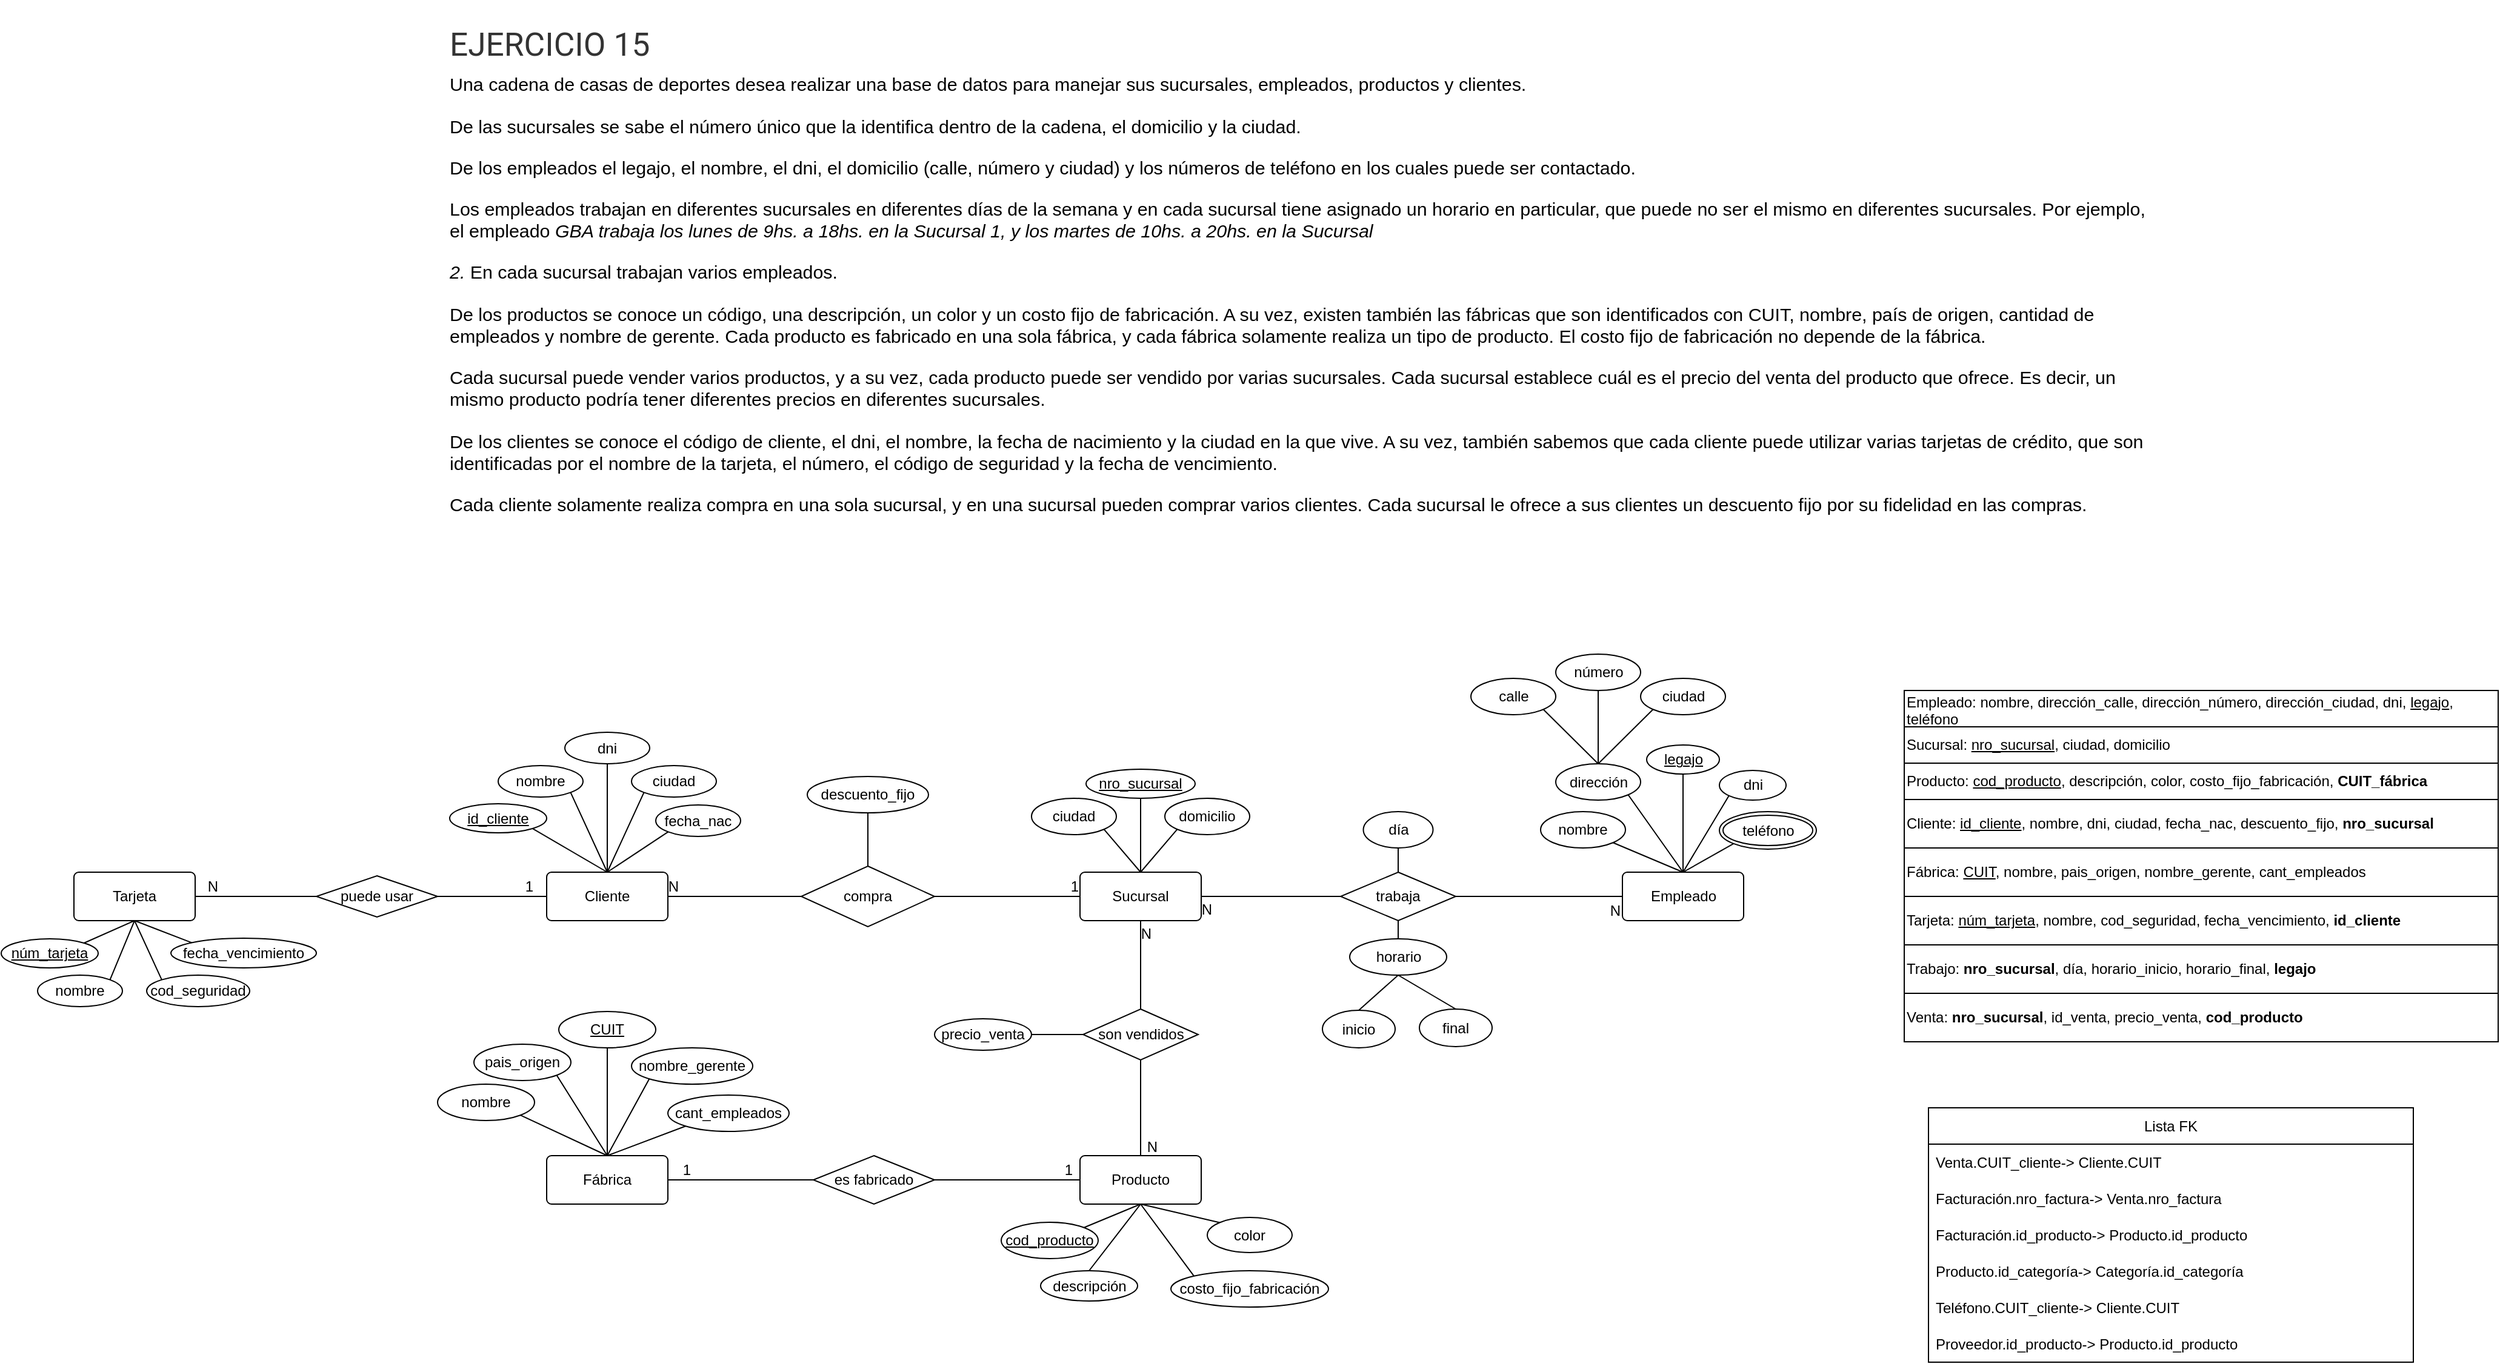
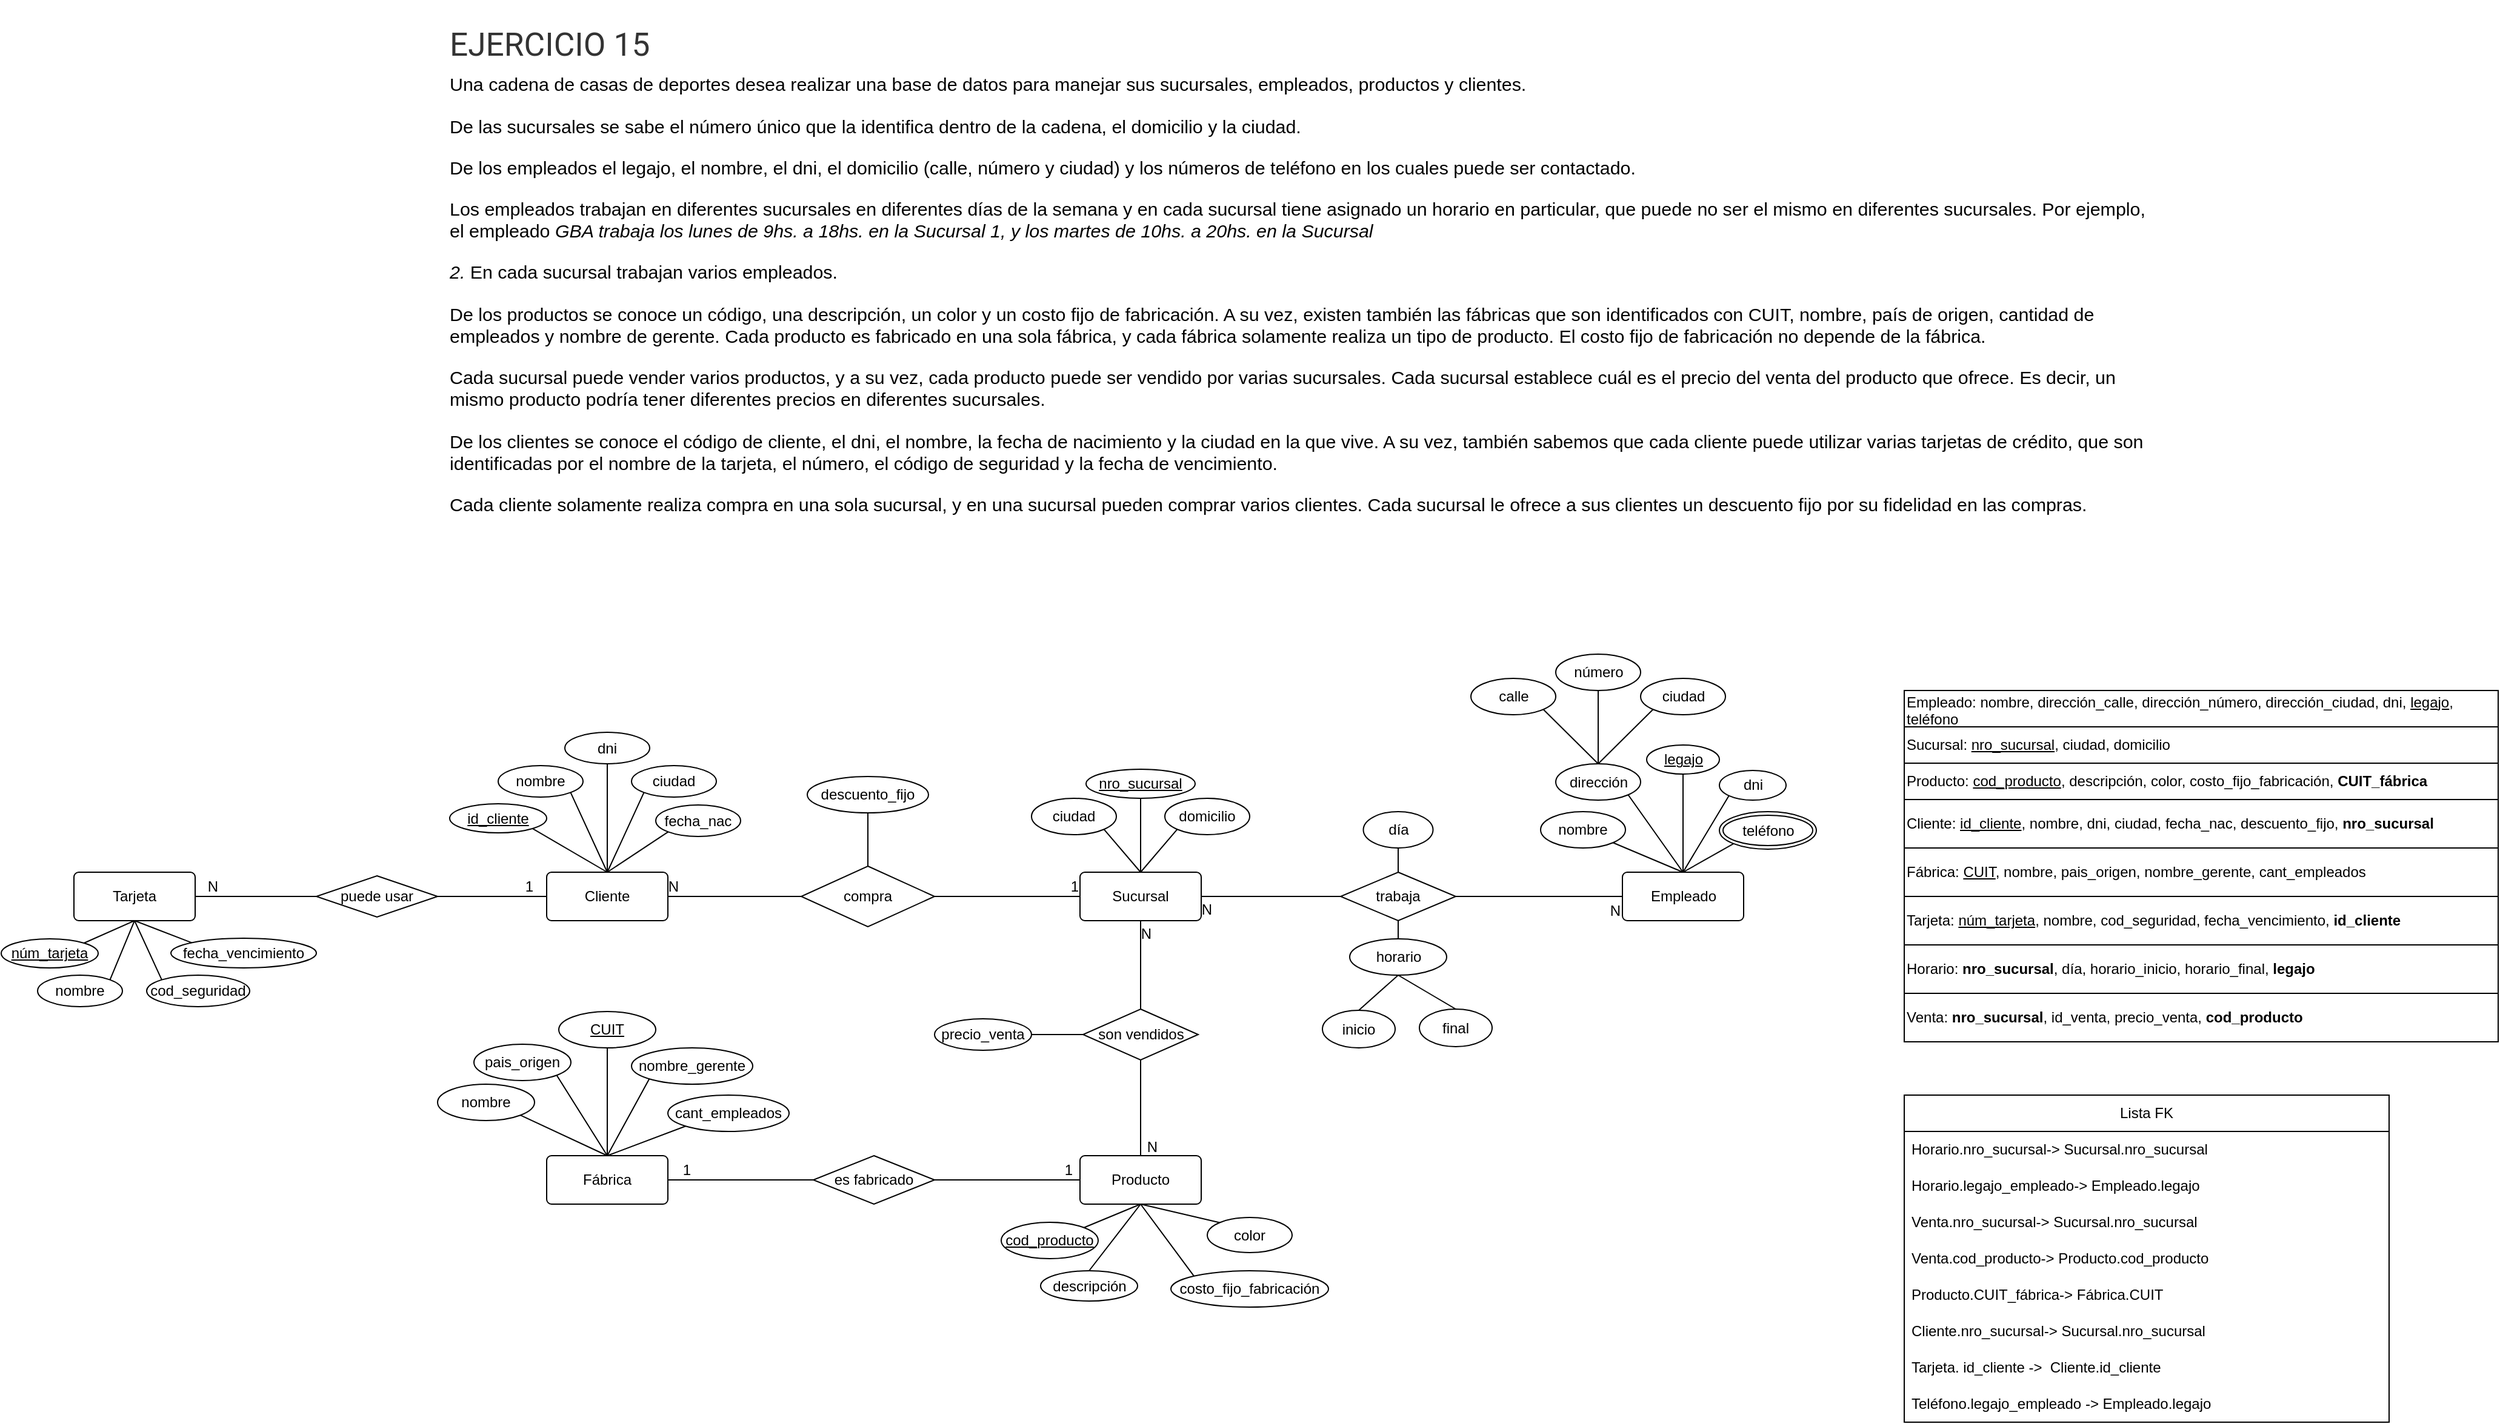
<mxfile host="app.diagrams.net">
  <diagram name="Página-1" id="dDNBranZba3NlD8anCg2">
    <mxGraphModel dx="2621" dy="1729" grid="1" gridSize="10" guides="1" tooltips="1" connect="1" arrows="1" fold="1" page="1" pageScale="1" pageWidth="1169" pageHeight="827" math="0" shadow="0">
      <root>
        <mxCell id="0" />
        <mxCell id="1" parent="0" />
        <mxCell id="__fQeJzKLpHXALts6HS9-1" parent="1" style="text;html=1;whiteSpace=wrap;overflow=hidden;rounded=0;" value="&#xa;&lt;h3 style=&quot;box-sizing: border-box; margin: 0px 0px 0.5rem; padding: 0px; font-weight: 400; line-height: 1.2; color: rgb(51, 51, 51); font-size: 1.6625rem; font-family: Roboto; font-style: normal; font-variant-ligatures: normal; font-variant-caps: normal; letter-spacing: normal; orphans: 2; text-align: start; text-indent: 0px; text-transform: none; widows: 2; word-spacing: 0px; -webkit-text-stroke-width: 0px; white-space: normal; background-color: rgb(255, 255, 255); text-decoration-thickness: initial; text-decoration-style: initial; text-decoration-color: initial;&quot;&gt;EJERCICIO 15&lt;/h3&gt;&lt;p style=&quot;box-sizing: border-box; margin: 0px 0px 1rem; padding: 0px; color: rgb(0, 0, 0); font-family: Barlow, Arial, sans-serif; font-size: 15.2px; font-style: normal; font-variant-ligatures: normal; font-variant-caps: normal; font-weight: 400; letter-spacing: normal; orphans: 2; text-align: start; text-indent: 0px; text-transform: none; widows: 2; word-spacing: 0px; -webkit-text-stroke-width: 0px; white-space: normal; background-color: rgb(255, 255, 255); text-decoration-thickness: initial; text-decoration-style: initial; text-decoration-color: initial;&quot;&gt;&lt;span lang=&quot;ES&quot; style=&quot;box-sizing: border-box; margin: 0px; padding: 0px;&quot;&gt;Una cadena de casas de deportes desea realizar una base de datos para manejar sus sucursales, empleados, productos y clientes.&lt;/span&gt;&lt;/p&gt;&lt;p id=&quot;yui_3_18_1_1_1779135404458_267&quot; style=&quot;box-sizing: border-box; margin: 0px 0px 1rem; padding: 0px; color: rgb(0, 0, 0); font-family: Barlow, Arial, sans-serif; font-size: 15.2px; font-style: normal; font-variant-ligatures: normal; font-variant-caps: normal; font-weight: 400; letter-spacing: normal; orphans: 2; text-align: start; text-indent: 0px; text-transform: none; widows: 2; word-spacing: 0px; -webkit-text-stroke-width: 0px; white-space: normal; background-color: rgb(255, 255, 255); text-decoration-thickness: initial; text-decoration-style: initial; text-decoration-color: initial;&quot;&gt;&lt;span lang=&quot;ES&quot; id=&quot;yui_3_18_1_1_1779135404458_266&quot; style=&quot;box-sizing: border-box; margin: 0px; padding: 0px;&quot;&gt;De las sucursales se sabe el número único que la identifica dentro de la cadena, el domicilio y la ciudad.&lt;/span&gt;&lt;/p&gt;&lt;p style=&quot;box-sizing: border-box; margin: 0px 0px 1rem; padding: 0px; color: rgb(0, 0, 0); font-family: Barlow, Arial, sans-serif; font-size: 15.2px; font-style: normal; font-variant-ligatures: normal; font-variant-caps: normal; font-weight: 400; letter-spacing: normal; orphans: 2; text-align: start; text-indent: 0px; text-transform: none; widows: 2; word-spacing: 0px; -webkit-text-stroke-width: 0px; white-space: normal; background-color: rgb(255, 255, 255); text-decoration-thickness: initial; text-decoration-style: initial; text-decoration-color: initial;&quot;&gt;&lt;span lang=&quot;ES&quot; style=&quot;box-sizing: border-box; margin: 0px; padding: 0px;&quot;&gt;De los empleados el legajo, el nombre, el dni, el domicilio (calle, número y ciudad) y los números de teléfono en los cuales puede ser contactado.&lt;/span&gt;&lt;/p&gt;&lt;p style=&quot;box-sizing: border-box; margin: 0px 0px 1rem; padding: 0px; color: rgb(0, 0, 0); font-family: Barlow, Arial, sans-serif; font-size: 15.2px; font-style: normal; font-variant-ligatures: normal; font-variant-caps: normal; font-weight: 400; letter-spacing: normal; orphans: 2; text-align: start; text-indent: 0px; text-transform: none; widows: 2; word-spacing: 0px; -webkit-text-stroke-width: 0px; white-space: normal; background-color: rgb(255, 255, 255); text-decoration-thickness: initial; text-decoration-style: initial; text-decoration-color: initial;&quot;&gt;&lt;span lang=&quot;ES&quot; style=&quot;box-sizing: border-box; margin: 0px; padding: 0px;&quot;&gt;Los empleados trabajan en diferentes sucursales en diferentes días de la semana y en cada sucursal tiene asignado un horario en particular, que puede no ser el mismo en diferentes sucursales. Por ejemplo, el empleado&amp;nbsp;&lt;i style=&quot;box-sizing: border-box; margin: 0px; padding: 0px;&quot;&gt;GBA trabaja los lunes de 9hs. a 18hs. en la Sucursal 1, y los martes de 10hs. a 20hs. en la Sucursal&lt;/i&gt;&lt;/span&gt;&lt;/p&gt;&lt;p style=&quot;box-sizing: border-box; margin: 0px 0px 1rem; padding: 0px; color: rgb(0, 0, 0); font-family: Barlow, Arial, sans-serif; font-size: 15.2px; font-style: normal; font-variant-ligatures: normal; font-variant-caps: normal; font-weight: 400; letter-spacing: normal; orphans: 2; text-align: start; text-indent: 0px; text-transform: none; widows: 2; word-spacing: 0px; -webkit-text-stroke-width: 0px; white-space: normal; background-color: rgb(255, 255, 255); text-decoration-thickness: initial; text-decoration-style: initial; text-decoration-color: initial;&quot;&gt;&lt;i style=&quot;box-sizing: border-box; margin: 0px; padding: 0px;&quot;&gt;&lt;span lang=&quot;ES&quot; style=&quot;box-sizing: border-box; margin: 0px; padding: 0px;&quot;&gt;2.&amp;nbsp;&lt;/span&gt;&lt;/i&gt;&lt;span lang=&quot;ES&quot; style=&quot;box-sizing: border-box; margin: 0px; padding: 0px;&quot;&gt;En cada sucursal trabajan varios empleados.&lt;/span&gt;&lt;/p&gt;&lt;p style=&quot;box-sizing: border-box; margin: 0px 0px 1rem; padding: 0px; color: rgb(0, 0, 0); font-family: Barlow, Arial, sans-serif; font-size: 15.2px; font-style: normal; font-variant-ligatures: normal; font-variant-caps: normal; font-weight: 400; letter-spacing: normal; orphans: 2; text-align: start; text-indent: 0px; text-transform: none; widows: 2; word-spacing: 0px; -webkit-text-stroke-width: 0px; white-space: normal; background-color: rgb(255, 255, 255); text-decoration-thickness: initial; text-decoration-style: initial; text-decoration-color: initial;&quot;&gt;&lt;span lang=&quot;ES&quot; style=&quot;box-sizing: border-box; margin: 0px; padding: 0px;&quot;&gt;De los productos se conoce un código, una descripción, un color y un costo fijo de fabricación. A su vez, existen también las fábricas que son identificados con CUIT, nombre, país de origen, cantidad de empleados y nombre de gerente. Cada producto es fabricado en una sola fábrica, y cada fábrica solamente realiza un tipo de producto. El costo fijo de fabricación no depende de la fábrica.&lt;/span&gt;&lt;/p&gt;&lt;p style=&quot;box-sizing: border-box; margin: 0px 0px 1rem; padding: 0px; color: rgb(0, 0, 0); font-family: Barlow, Arial, sans-serif; font-size: 15.2px; font-style: normal; font-variant-ligatures: normal; font-variant-caps: normal; font-weight: 400; letter-spacing: normal; orphans: 2; text-align: start; text-indent: 0px; text-transform: none; widows: 2; word-spacing: 0px; -webkit-text-stroke-width: 0px; white-space: normal; background-color: rgb(255, 255, 255); text-decoration-thickness: initial; text-decoration-style: initial; text-decoration-color: initial;&quot;&gt;&lt;span lang=&quot;ES&quot; style=&quot;box-sizing: border-box; margin: 0px; padding: 0px;&quot;&gt;Cada sucursal puede vender varios productos, y a su vez, cada producto puede ser vendido por varias sucursales. Cada sucursal establece cuál es el precio del venta del producto que ofrece. Es decir, un mismo producto podría tener diferentes precios en diferentes sucursales.&lt;/span&gt;&lt;/p&gt;&lt;p style=&quot;box-sizing: border-box; margin: 0px 0px 1rem; padding: 0px; color: rgb(0, 0, 0); font-family: Barlow, Arial, sans-serif; font-size: 15.2px; font-style: normal; font-variant-ligatures: normal; font-variant-caps: normal; font-weight: 400; letter-spacing: normal; orphans: 2; text-align: start; text-indent: 0px; text-transform: none; widows: 2; word-spacing: 0px; -webkit-text-stroke-width: 0px; white-space: normal; background-color: rgb(255, 255, 255); text-decoration-thickness: initial; text-decoration-style: initial; text-decoration-color: initial;&quot;&gt;&lt;span lang=&quot;ES&quot; style=&quot;box-sizing: border-box; margin: 0px; padding: 0px;&quot;&gt;De los clientes se conoce el código de cliente, el dni, el nombre, la fecha de nacimiento y la ciudad en la que vive. A su vez, también sabemos que cada cliente puede utilizar varias tarjetas de crédito, que son identificadas por el nombre de la tarjeta, el número, el código de seguridad y la fecha de vencimiento.&lt;/span&gt;&lt;/p&gt;&lt;p style=&quot;box-sizing: border-box; margin: 0px 0px 1rem; padding: 0px; color: rgb(0, 0, 0); font-family: Barlow, Arial, sans-serif; font-size: 15.2px; font-style: normal; font-variant-ligatures: normal; font-variant-caps: normal; font-weight: 400; letter-spacing: normal; orphans: 2; text-align: start; text-indent: 0px; text-transform: none; widows: 2; word-spacing: 0px; -webkit-text-stroke-width: 0px; white-space: normal; background-color: rgb(255, 255, 255); text-decoration-thickness: initial; text-decoration-style: initial; text-decoration-color: initial;&quot;&gt;&lt;span lang=&quot;ES&quot; style=&quot;box-sizing: border-box; margin: 0px; padding: 0px;&quot;&gt;Cada cliente solamente realiza compra en una sola sucursal, y en una sucursal pueden comprar varios clientes. Cada sucursal le ofrece a sus clientes un descuento fijo por su fidelidad en las compras.&lt;/span&gt;&lt;/p&gt;&#xa;&#xa;" vertex="1">
          <mxGeometry height="450" width="1415" x="-662.5" y="-750" as="geometry" />
        </mxCell>
        <mxCell id="__fQeJzKLpHXALts6HS9-2" parent="1" style="rounded=1;arcSize=10;whiteSpace=wrap;html=1;align=center;" value="Sucursal" vertex="1">
          <mxGeometry height="40" width="100" x="-140" y="-30" as="geometry" />
        </mxCell>
        <mxCell id="__fQeJzKLpHXALts6HS9-7" parent="1" style="rounded=1;arcSize=10;whiteSpace=wrap;html=1;align=center;" value="Empleado" vertex="1">
          <mxGeometry height="40" width="100" x="307.5" y="-30" as="geometry" />
        </mxCell>
        <mxCell id="__fQeJzKLpHXALts6HS9-11" parent="1" style="rounded=1;arcSize=10;whiteSpace=wrap;html=1;align=center;" value="Producto" vertex="1">
          <mxGeometry height="40" width="100" x="-140" y="204" as="geometry" />
        </mxCell>
        <mxCell id="__fQeJzKLpHXALts6HS9-13" parent="1" style="ellipse;whiteSpace=wrap;html=1;align=center;" value="costo_fijo_fabricación" vertex="1">
          <mxGeometry height="30" width="130" x="-65" y="299" as="geometry" />
        </mxCell>
        <mxCell id="__fQeJzKLpHXALts6HS9-15" parent="1" style="ellipse;whiteSpace=wrap;html=1;align=center;fontStyle=4;" value="cod_producto" vertex="1">
          <mxGeometry height="30" width="80" x="-205" y="259" as="geometry" />
        </mxCell>
        <mxCell id="__fQeJzKLpHXALts6HS9-16" parent="1" style="rounded=1;arcSize=10;whiteSpace=wrap;html=1;align=center;" value="Cliente" vertex="1">
          <mxGeometry height="40" width="100" x="-580" y="-30" as="geometry" />
        </mxCell>
        <mxCell id="__fQeJzKLpHXALts6HS9-17" parent="1" style="shape=rhombus;perimeter=rhombusPerimeter;whiteSpace=wrap;html=1;align=center;" value="compra" vertex="1">
          <mxGeometry height="50" width="110" x="-370" y="-35" as="geometry" />
        </mxCell>
        <mxCell id="__fQeJzKLpHXALts6HS9-28" parent="1" style="shape=rhombus;perimeter=rhombusPerimeter;whiteSpace=wrap;html=1;align=center;" value="es fabricado" vertex="1">
          <mxGeometry height="40" width="100" x="-360" y="204" as="geometry" />
        </mxCell>
        <mxCell id="__fQeJzKLpHXALts6HS9-29" parent="1" style="shape=rhombus;perimeter=rhombusPerimeter;whiteSpace=wrap;html=1;align=center;" value="trabaja" vertex="1">
          <mxGeometry height="40" width="95" x="75" y="-30" as="geometry" />
        </mxCell>
        <mxCell id="__fQeJzKLpHXALts6HS9-30" edge="1" parent="1" source="__fQeJzKLpHXALts6HS9-17" style="endArrow=none;html=1;rounded=0;exitX=1;exitY=0.5;exitDx=0;exitDy=0;entryX=0;entryY=0.5;entryDx=0;entryDy=0;" target="__fQeJzKLpHXALts6HS9-2" value="">
          <mxGeometry relative="1" as="geometry">
            <mxPoint x="-140" y="-275" as="sourcePoint" />
            <mxPoint x="-180" y="-10" as="targetPoint" />
          </mxGeometry>
        </mxCell>
        <mxCell id="__fQeJzKLpHXALts6HS9-31" connectable="0" parent="__fQeJzKLpHXALts6HS9-30" style="resizable=0;html=1;whiteSpace=wrap;align=right;verticalAlign=bottom;" value="1" vertex="1">
          <mxGeometry relative="1" x="1" as="geometry" />
        </mxCell>
        <mxCell id="__fQeJzKLpHXALts6HS9-34" edge="1" parent="1" source="__fQeJzKLpHXALts6HS9-17" style="endArrow=none;html=1;rounded=0;exitX=0;exitY=0.5;exitDx=0;exitDy=0;entryX=1;entryY=0.5;entryDx=0;entryDy=0;" target="__fQeJzKLpHXALts6HS9-16" value="">
          <mxGeometry relative="1" as="geometry">
            <mxPoint x="-140" y="55" as="sourcePoint" />
            <mxPoint x="-500" y="-15" as="targetPoint" />
          </mxGeometry>
        </mxCell>
        <mxCell id="__fQeJzKLpHXALts6HS9-35" connectable="0" parent="__fQeJzKLpHXALts6HS9-34" style="resizable=0;html=1;whiteSpace=wrap;align=right;verticalAlign=bottom;" value="N" vertex="1">
          <mxGeometry relative="1" x="1" as="geometry">
            <mxPoint x="10" as="offset" />
          </mxGeometry>
        </mxCell>
        <mxCell id="__fQeJzKLpHXALts6HS9-36" edge="1" parent="1" source="__fQeJzKLpHXALts6HS9-11" style="endArrow=none;html=1;rounded=0;exitX=0.5;exitY=1;exitDx=0;exitDy=0;entryX=0;entryY=0;entryDx=0;entryDy=0;" target="__fQeJzKLpHXALts6HS9-13" value="">
          <mxGeometry relative="1" as="geometry">
            <mxPoint x="30" y="449" as="sourcePoint" />
            <mxPoint x="-30" y="215" as="targetPoint" />
          </mxGeometry>
        </mxCell>
        <mxCell id="__fQeJzKLpHXALts6HS9-37" edge="1" parent="1" source="__fQeJzKLpHXALts6HS9-11" style="endArrow=none;html=1;rounded=0;exitX=0.5;exitY=1;exitDx=0;exitDy=0;entryX=1;entryY=0;entryDx=0;entryDy=0;" target="__fQeJzKLpHXALts6HS9-15" value="">
          <mxGeometry relative="1" as="geometry">
            <mxPoint x="-100" y="289" as="sourcePoint" />
            <mxPoint x="-40" y="329" as="targetPoint" />
          </mxGeometry>
        </mxCell>
        <mxCell id="__fQeJzKLpHXALts6HS9-38" edge="1" parent="1" source="__fQeJzKLpHXALts6HS9-11" style="endArrow=none;html=1;rounded=0;exitX=0.5;exitY=1;exitDx=0;exitDy=0;entryX=0.5;entryY=0;entryDx=0;entryDy=0;" target="aBGAuLwUvEidJyp7IOy3-38" value="">
          <mxGeometry relative="1" as="geometry">
            <mxPoint x="-70" y="299" as="sourcePoint" />
            <mxPoint x="-130" y="299" as="targetPoint" />
          </mxGeometry>
        </mxCell>
        <mxCell id="__fQeJzKLpHXALts6HS9-39" edge="1" parent="1" source="__fQeJzKLpHXALts6HS9-28" style="endArrow=none;html=1;rounded=0;exitX=0;exitY=0.5;exitDx=0;exitDy=0;entryX=1;entryY=0.5;entryDx=0;entryDy=0;" target="aBGAuLwUvEidJyp7IOy3-49" value="">
          <mxGeometry relative="1" as="geometry">
            <mxPoint x="200" y="80" as="sourcePoint" />
            <mxPoint x="-390" y="70" as="targetPoint" />
          </mxGeometry>
        </mxCell>
        <mxCell id="__fQeJzKLpHXALts6HS9-40" connectable="0" parent="__fQeJzKLpHXALts6HS9-39" style="resizable=0;html=1;whiteSpace=wrap;align=right;verticalAlign=bottom;" value="1" vertex="1">
          <mxGeometry relative="1" x="1" as="geometry">
            <mxPoint x="20" as="offset" />
          </mxGeometry>
        </mxCell>
        <mxCell id="__fQeJzKLpHXALts6HS9-41" edge="1" parent="1" source="__fQeJzKLpHXALts6HS9-28" style="endArrow=none;html=1;rounded=0;exitX=1;exitY=0.5;exitDx=0;exitDy=0;entryX=0;entryY=0.5;entryDx=0;entryDy=0;" target="__fQeJzKLpHXALts6HS9-11" value="">
          <mxGeometry relative="1" as="geometry">
            <mxPoint x="-390" y="-80.00000000000023" as="sourcePoint" />
            <mxPoint x="-390" y="-170" as="targetPoint" />
          </mxGeometry>
        </mxCell>
        <mxCell id="__fQeJzKLpHXALts6HS9-42" connectable="0" parent="__fQeJzKLpHXALts6HS9-41" style="resizable=0;html=1;whiteSpace=wrap;align=right;verticalAlign=bottom;" value="1" vertex="1">
          <mxGeometry relative="1" x="1" as="geometry">
            <mxPoint x="-5" as="offset" />
          </mxGeometry>
        </mxCell>
        <mxCell id="__fQeJzKLpHXALts6HS9-47" edge="1" parent="1" source="aBGAuLwUvEidJyp7IOy3-1" style="endArrow=none;html=1;rounded=0;exitX=1;exitY=1;exitDx=0;exitDy=0;entryX=0.5;entryY=0;entryDx=0;entryDy=0;" target="__fQeJzKLpHXALts6HS9-2" value="">
          <mxGeometry relative="1" as="geometry">
            <mxPoint x="329.9999999999998" y="-304.9999999999998" as="sourcePoint" />
            <mxPoint x="390" y="-215" as="targetPoint" />
          </mxGeometry>
        </mxCell>
        <mxCell id="__fQeJzKLpHXALts6HS9-48" edge="1" parent="1" source="ueE01yVk29oMdbMIV5Yc-25" style="endArrow=none;html=1;rounded=0;entryX=0.5;entryY=0;entryDx=0;entryDy=0;exitX=0.5;exitY=1;exitDx=0;exitDy=0;" target="__fQeJzKLpHXALts6HS9-2" value="">
          <mxGeometry relative="1" as="geometry">
            <mxPoint x="370" y="-299" as="sourcePoint" />
            <mxPoint x="400" y="-195" as="targetPoint" />
          </mxGeometry>
        </mxCell>
        <mxCell id="__fQeJzKLpHXALts6HS9-58" edge="1" parent="1" source="__fQeJzKLpHXALts6HS9-29" style="endArrow=none;html=1;rounded=0;entryX=0;entryY=0.5;entryDx=0;entryDy=0;exitX=1;exitY=0.5;exitDx=0;exitDy=0;" target="__fQeJzKLpHXALts6HS9-7" value="">
          <mxGeometry relative="1" as="geometry">
            <mxPoint x="170" y="-15" as="sourcePoint" />
            <mxPoint x="300" y="-10" as="targetPoint" />
          </mxGeometry>
        </mxCell>
        <mxCell id="__fQeJzKLpHXALts6HS9-59" connectable="0" parent="__fQeJzKLpHXALts6HS9-58" style="resizable=0;html=1;whiteSpace=wrap;align=right;verticalAlign=bottom;" value="N" vertex="1">
          <mxGeometry relative="1" x="1" as="geometry">
            <mxPoint y="20" as="offset" />
          </mxGeometry>
        </mxCell>
        <mxCell id="__fQeJzKLpHXALts6HS9-60" edge="1" parent="1" source="__fQeJzKLpHXALts6HS9-29" style="endArrow=none;html=1;rounded=0;exitX=0;exitY=0.5;exitDx=0;exitDy=0;entryX=1;entryY=0.5;entryDx=0;entryDy=0;" target="__fQeJzKLpHXALts6HS9-2" value="">
          <mxGeometry relative="1" as="geometry">
            <mxPoint x="720" y="-195" as="sourcePoint" />
            <mxPoint x="880" y="-195" as="targetPoint" />
          </mxGeometry>
        </mxCell>
        <mxCell id="__fQeJzKLpHXALts6HS9-61" connectable="0" parent="__fQeJzKLpHXALts6HS9-60" style="resizable=0;html=1;whiteSpace=wrap;align=right;verticalAlign=bottom;" value="N" vertex="1">
          <mxGeometry relative="1" x="1" as="geometry">
            <mxPoint x="10" y="19" as="offset" />
          </mxGeometry>
        </mxCell>
        <mxCell id="ueE01yVk29oMdbMIV5Yc-1" parent="1" style="swimlane;fontStyle=0;childLayout=stackLayout;horizontal=1;startSize=30;horizontalStack=0;resizeParent=1;resizeParentMax=0;resizeLast=0;collapsible=1;marginBottom=0;whiteSpace=wrap;html=1;" value="Lista FK" vertex="1">
-           <mxGeometry height="210" width="400" x="560" y="164.5" as="geometry" />
-         </mxCell>
-         <mxCell id="ueE01yVk29oMdbMIV5Yc-2" parent="ueE01yVk29oMdbMIV5Yc-1" style="text;strokeColor=none;fillColor=none;align=left;verticalAlign=middle;spacingLeft=4;spacingRight=4;overflow=hidden;points=[[0,0.5],[1,0.5]];portConstraint=eastwest;rotatable=0;whiteSpace=wrap;html=1;" value="Venta.CUIT_cliente-&amp;gt; Cliente.CUIT" vertex="1">
+           <mxGeometry height="270" width="400" x="540" y="154" as="geometry" />
+         </mxCell>
+         <mxCell id="ueE01yVk29oMdbMIV5Yc-2" parent="ueE01yVk29oMdbMIV5Yc-1" style="text;strokeColor=none;fillColor=none;align=left;verticalAlign=middle;spacingLeft=4;spacingRight=4;overflow=hidden;points=[[0,0.5],[1,0.5]];portConstraint=eastwest;rotatable=0;whiteSpace=wrap;html=1;" value="Horario.nro_sucursal-&amp;gt; Sucursal.nro_sucursal" vertex="1">
          <mxGeometry height="30" width="400" y="30" as="geometry" />
        </mxCell>
-         <mxCell id="ueE01yVk29oMdbMIV5Yc-3" parent="ueE01yVk29oMdbMIV5Yc-1" style="text;strokeColor=none;fillColor=none;align=left;verticalAlign=middle;spacingLeft=4;spacingRight=4;overflow=hidden;points=[[0,0.5],[1,0.5]];portConstraint=eastwest;rotatable=0;whiteSpace=wrap;html=1;" value="Facturación.nro_factura-&amp;gt; Venta.nro_factura" vertex="1">
+         <mxCell id="ueE01yVk29oMdbMIV5Yc-3" parent="ueE01yVk29oMdbMIV5Yc-1" style="text;strokeColor=none;fillColor=none;align=left;verticalAlign=middle;spacingLeft=4;spacingRight=4;overflow=hidden;points=[[0,0.5],[1,0.5]];portConstraint=eastwest;rotatable=0;whiteSpace=wrap;html=1;" value="Horario.legajo_empleado-&amp;gt; Empleado.legajo" vertex="1">
          <mxGeometry height="30" width="400" y="60" as="geometry" />
        </mxCell>
-         <mxCell id="ueE01yVk29oMdbMIV5Yc-4" parent="ueE01yVk29oMdbMIV5Yc-1" style="text;strokeColor=none;fillColor=none;align=left;verticalAlign=middle;spacingLeft=4;spacingRight=4;overflow=hidden;points=[[0,0.5],[1,0.5]];portConstraint=eastwest;rotatable=0;whiteSpace=wrap;html=1;" value="Facturación.id_producto-&amp;gt; Producto.id_producto" vertex="1">
+         <mxCell id="ueE01yVk29oMdbMIV5Yc-4" parent="ueE01yVk29oMdbMIV5Yc-1" style="text;strokeColor=none;fillColor=none;align=left;verticalAlign=middle;spacingLeft=4;spacingRight=4;overflow=hidden;points=[[0,0.5],[1,0.5]];portConstraint=eastwest;rotatable=0;whiteSpace=wrap;html=1;" value="Venta.nro_sucursal-&amp;gt; Sucursal.nro_sucursal" vertex="1">
          <mxGeometry height="30" width="400" y="90" as="geometry" />
        </mxCell>
-         <mxCell id="ueE01yVk29oMdbMIV5Yc-5" parent="ueE01yVk29oMdbMIV5Yc-1" style="text;strokeColor=none;fillColor=none;align=left;verticalAlign=middle;spacingLeft=4;spacingRight=4;overflow=hidden;points=[[0,0.5],[1,0.5]];portConstraint=eastwest;rotatable=0;whiteSpace=wrap;html=1;" value="Producto.id_categoría-&amp;gt; Categoría.id_categoría" vertex="1">
+         <mxCell id="ueE01yVk29oMdbMIV5Yc-5" parent="ueE01yVk29oMdbMIV5Yc-1" style="text;strokeColor=none;fillColor=none;align=left;verticalAlign=middle;spacingLeft=4;spacingRight=4;overflow=hidden;points=[[0,0.5],[1,0.5]];portConstraint=eastwest;rotatable=0;whiteSpace=wrap;html=1;" value="Venta.cod_producto-&amp;gt; Producto.cod_producto" vertex="1">
          <mxGeometry height="30" width="400" y="120" as="geometry" />
        </mxCell>
-         <mxCell id="ueE01yVk29oMdbMIV5Yc-6" parent="ueE01yVk29oMdbMIV5Yc-1" style="text;strokeColor=none;fillColor=none;align=left;verticalAlign=middle;spacingLeft=4;spacingRight=4;overflow=hidden;points=[[0,0.5],[1,0.5]];portConstraint=eastwest;rotatable=0;whiteSpace=wrap;html=1;" value="Teléfono.CUIT_cliente-&amp;gt; Cliente.CUIT" vertex="1">
+         <mxCell id="ueE01yVk29oMdbMIV5Yc-6" parent="ueE01yVk29oMdbMIV5Yc-1" style="text;strokeColor=none;fillColor=none;align=left;verticalAlign=middle;spacingLeft=4;spacingRight=4;overflow=hidden;points=[[0,0.5],[1,0.5]];portConstraint=eastwest;rotatable=0;whiteSpace=wrap;html=1;" value="Producto.CUIT_fábrica-&amp;gt; Fábrica.CUIT" vertex="1">
          <mxGeometry height="30" width="400" y="150" as="geometry" />
        </mxCell>
-         <mxCell id="ueE01yVk29oMdbMIV5Yc-31" parent="ueE01yVk29oMdbMIV5Yc-1" style="text;strokeColor=none;fillColor=none;align=left;verticalAlign=middle;spacingLeft=4;spacingRight=4;overflow=hidden;points=[[0,0.5],[1,0.5]];portConstraint=eastwest;rotatable=0;whiteSpace=wrap;html=1;" value="Proveedor.id_producto-&amp;gt; Producto.id_producto" vertex="1">
+         <mxCell id="ueE01yVk29oMdbMIV5Yc-31" parent="ueE01yVk29oMdbMIV5Yc-1" style="text;strokeColor=none;fillColor=none;align=left;verticalAlign=middle;spacingLeft=4;spacingRight=4;overflow=hidden;points=[[0,0.5],[1,0.5]];portConstraint=eastwest;rotatable=0;whiteSpace=wrap;html=1;" value="Cliente.nro_sucursal-&amp;gt; Sucursal.nro_sucursal" vertex="1">
          <mxGeometry height="30" width="400" y="180" as="geometry" />
+         </mxCell>
+         <mxCell id="SlJ4NUUqttZ9YjQKcY5y-3" parent="ueE01yVk29oMdbMIV5Yc-1" style="text;strokeColor=none;fillColor=none;align=left;verticalAlign=middle;spacingLeft=4;spacingRight=4;overflow=hidden;points=[[0,0.5],[1,0.5]];portConstraint=eastwest;rotatable=0;whiteSpace=wrap;html=1;" value="Tarjeta. id_cliente -&amp;gt;&amp;nbsp; Cliente.id_cliente" vertex="1">
+           <mxGeometry height="30" width="400" y="210" as="geometry" />
+         </mxCell>
+         <mxCell id="SlJ4NUUqttZ9YjQKcY5y-4" parent="ueE01yVk29oMdbMIV5Yc-1" style="text;strokeColor=none;fillColor=none;align=left;verticalAlign=middle;spacingLeft=4;spacingRight=4;overflow=hidden;points=[[0,0.5],[1,0.5]];portConstraint=eastwest;rotatable=0;whiteSpace=wrap;html=1;" value="Teléfono.legajo_empleado -&amp;gt; Empleado.legajo&amp;nbsp;" vertex="1">
+           <mxGeometry height="30" width="400" y="240" as="geometry" />
        </mxCell>
        <mxCell id="ueE01yVk29oMdbMIV5Yc-12" parent="1" style="shape=table;startSize=0;container=1;collapsible=0;childLayout=tableLayout;fixedHeader=1;" value="" vertex="1">
          <mxGeometry height="290" width="490" x="540" y="-180" as="geometry" />
        </mxCell>
        <mxCell id="3osZsQ2Fq6k2BvSbL6Ga-1" parent="ueE01yVk29oMdbMIV5Yc-12" style="shape=tableRow;horizontal=0;startSize=0;swimlaneHead=0;swimlaneBody=0;strokeColor=inherit;top=0;left=0;bottom=0;right=0;collapsible=0;dropTarget=0;fillColor=none;points=[[0,0.5],[1,0.5]];portConstraint=eastwest;fixedHeader=1;" value="" vertex="1">
          <mxGeometry height="30" width="490" as="geometry" />
        </mxCell>
        <mxCell id="3osZsQ2Fq6k2BvSbL6Ga-2" parent="3osZsQ2Fq6k2BvSbL6Ga-1" style="shape=partialRectangle;html=1;whiteSpace=wrap;connectable=0;strokeColor=inherit;overflow=hidden;fillColor=none;top=0;left=0;bottom=0;right=0;pointerEvents=1;align=left;" value="&lt;div style=&quot;&quot;&gt;&lt;span style=&quot;background-color: transparent; color: light-dark(rgb(0, 0, 0), rgb(255, 255, 255));&quot;&gt;Empleado: nombre,&amp;nbsp;&lt;/span&gt;&lt;span style=&quot;background-color: transparent; color: light-dark(rgb(0, 0, 0), rgb(255, 255, 255));&quot;&gt;dirección_calle, dirección_número, dirección_ciudad, dni&lt;/span&gt;&lt;span style=&quot;background-color: transparent; color: light-dark(rgb(0, 0, 0), rgb(255, 255, 255));&quot;&gt;, &lt;u&gt;legajo&lt;/u&gt;, teléfono&lt;/span&gt;&lt;/div&gt;" vertex="1">
          <mxGeometry height="30" width="490" as="geometry">
            <mxRectangle height="30" width="490" as="alternateBounds" />
          </mxGeometry>
        </mxCell>
        <mxCell id="ueE01yVk29oMdbMIV5Yc-13" parent="ueE01yVk29oMdbMIV5Yc-12" style="shape=tableRow;horizontal=0;startSize=0;swimlaneHead=0;swimlaneBody=0;strokeColor=inherit;top=0;left=0;bottom=0;right=0;collapsible=0;dropTarget=0;fillColor=none;points=[[0,0.5],[1,0.5]];portConstraint=eastwest;fixedHeader=1;" value="" vertex="1">
          <mxGeometry height="30" width="490" y="30" as="geometry" />
        </mxCell>
        <mxCell id="ueE01yVk29oMdbMIV5Yc-14" parent="ueE01yVk29oMdbMIV5Yc-13" style="shape=partialRectangle;html=1;whiteSpace=wrap;connectable=0;strokeColor=inherit;overflow=hidden;fillColor=none;top=0;left=0;bottom=0;right=0;pointerEvents=1;align=left;" value="&lt;div style=&quot;&quot;&gt;&lt;span style=&quot;background-color: transparent; color: light-dark(rgb(0, 0, 0), rgb(255, 255, 255));&quot;&gt;Sucursal: &lt;u&gt;nro_sucursal&lt;/u&gt;,&amp;nbsp;&lt;/span&gt;&lt;span style=&quot;background-color: transparent; color: light-dark(rgb(0, 0, 0), rgb(255, 255, 255));&quot;&gt;ciudad, domicilio&lt;/span&gt;&lt;/div&gt;" vertex="1">
          <mxGeometry height="30" width="490" as="geometry">
            <mxRectangle height="30" width="490" as="alternateBounds" />
          </mxGeometry>
        </mxCell>
        <mxCell id="ueE01yVk29oMdbMIV5Yc-15" parent="ueE01yVk29oMdbMIV5Yc-12" style="shape=tableRow;horizontal=0;startSize=0;swimlaneHead=0;swimlaneBody=0;strokeColor=inherit;top=0;left=0;bottom=0;right=0;collapsible=0;dropTarget=0;fillColor=none;points=[[0,0.5],[1,0.5]];portConstraint=eastwest;fixedHeader=1;" value="" vertex="1">
          <mxGeometry height="30" width="490" y="60" as="geometry" />
        </mxCell>
        <mxCell id="ueE01yVk29oMdbMIV5Yc-16" parent="ueE01yVk29oMdbMIV5Yc-15" style="shape=partialRectangle;html=1;whiteSpace=wrap;connectable=0;strokeColor=inherit;overflow=hidden;fillColor=none;top=0;left=0;bottom=0;right=0;pointerEvents=1;align=left;" value="Producto: &lt;u&gt;cod_producto&lt;/u&gt;, descripción, color, costo_fijo_fabricación, &lt;b&gt;CUIT_fábrica&lt;/b&gt;" vertex="1">
          <mxGeometry height="30" width="490" as="geometry">
            <mxRectangle height="30" width="490" as="alternateBounds" />
          </mxGeometry>
        </mxCell>
        <mxCell id="ueE01yVk29oMdbMIV5Yc-17" parent="ueE01yVk29oMdbMIV5Yc-12" style="shape=tableRow;horizontal=0;startSize=0;swimlaneHead=0;swimlaneBody=0;strokeColor=inherit;top=0;left=0;bottom=0;right=0;collapsible=0;dropTarget=0;fillColor=none;points=[[0,0.5],[1,0.5]];portConstraint=eastwest;fixedHeader=1;" value="" vertex="1">
          <mxGeometry height="40" width="490" y="90" as="geometry" />
        </mxCell>
        <mxCell id="ueE01yVk29oMdbMIV5Yc-18" parent="ueE01yVk29oMdbMIV5Yc-17" style="shape=partialRectangle;html=1;whiteSpace=wrap;connectable=0;strokeColor=inherit;overflow=hidden;fillColor=none;top=0;left=0;bottom=0;right=0;pointerEvents=1;align=left;" value="Cliente: &lt;u&gt;id_cliente&lt;/u&gt;, nombre, dni, ciudad, fecha_nac, descuento_fijo, &lt;b&gt;nro_sucursal&lt;/b&gt;" vertex="1">
          <mxGeometry height="40" width="490" as="geometry">
            <mxRectangle height="40" width="490" as="alternateBounds" />
          </mxGeometry>
        </mxCell>
        <mxCell id="ueE01yVk29oMdbMIV5Yc-19" parent="ueE01yVk29oMdbMIV5Yc-12" style="shape=tableRow;horizontal=0;startSize=0;swimlaneHead=0;swimlaneBody=0;strokeColor=inherit;top=0;left=0;bottom=0;right=0;collapsible=0;dropTarget=0;fillColor=none;points=[[0,0.5],[1,0.5]];portConstraint=eastwest;fixedHeader=1;" value="" vertex="1">
          <mxGeometry height="40" width="490" y="130" as="geometry" />
        </mxCell>
        <mxCell id="ueE01yVk29oMdbMIV5Yc-20" parent="ueE01yVk29oMdbMIV5Yc-19" style="shape=partialRectangle;html=1;whiteSpace=wrap;connectable=0;strokeColor=inherit;overflow=hidden;fillColor=none;top=0;left=0;bottom=0;right=0;pointerEvents=1;align=left;" value="&lt;span style=&quot;color: light-dark(rgb(0, 0, 0), rgb(255, 255, 255)); background-color: transparent;&quot;&gt;Fábrica:&amp;nbsp;&lt;/span&gt;&lt;u&gt;CUIT&lt;/u&gt;,&amp;nbsp;&lt;span style=&quot;color: light-dark(rgb(0, 0, 0), rgb(255, 255, 255)); background-color: transparent;&quot;&gt;nombre, pais_origen,&lt;/span&gt;&lt;span style=&quot;color: light-dark(rgb(0, 0, 0), rgb(255, 255, 255)); background-color: transparent;&quot;&gt;&amp;nbsp;nombre_gerente, cant_empleados&amp;nbsp;&lt;/span&gt;" vertex="1">
          <mxGeometry height="40" width="490" as="geometry">
            <mxRectangle height="40" width="490" as="alternateBounds" />
          </mxGeometry>
        </mxCell>
        <mxCell id="ueE01yVk29oMdbMIV5Yc-23" parent="ueE01yVk29oMdbMIV5Yc-12" style="shape=tableRow;horizontal=0;startSize=0;swimlaneHead=0;swimlaneBody=0;strokeColor=inherit;top=0;left=0;bottom=0;right=0;collapsible=0;dropTarget=0;fillColor=none;points=[[0,0.5],[1,0.5]];portConstraint=eastwest;fixedHeader=1;" vertex="1">
          <mxGeometry height="40" width="490" y="170" as="geometry" />
        </mxCell>
        <mxCell id="ueE01yVk29oMdbMIV5Yc-24" parent="ueE01yVk29oMdbMIV5Yc-23" style="shape=partialRectangle;html=1;whiteSpace=wrap;connectable=0;strokeColor=inherit;overflow=hidden;fillColor=none;top=0;left=0;bottom=0;right=0;pointerEvents=1;align=left;" value="Tarjeta: &lt;u style=&quot;&quot;&gt;núm_tarjeta&lt;/u&gt;, nombre, cod_seguridad, fecha_vencimiento, &lt;b&gt;id_cliente&lt;/b&gt;" vertex="1">
          <mxGeometry height="40" width="490" as="geometry">
            <mxRectangle height="40" width="490" as="alternateBounds" />
          </mxGeometry>
        </mxCell>
        <mxCell id="ueE01yVk29oMdbMIV5Yc-26" parent="ueE01yVk29oMdbMIV5Yc-12" style="shape=tableRow;horizontal=0;startSize=0;swimlaneHead=0;swimlaneBody=0;strokeColor=inherit;top=0;left=0;bottom=0;right=0;collapsible=0;dropTarget=0;fillColor=none;points=[[0,0.5],[1,0.5]];portConstraint=eastwest;fixedHeader=1;" vertex="1">
          <mxGeometry height="40" width="490" y="210" as="geometry" />
        </mxCell>
-         <mxCell id="ueE01yVk29oMdbMIV5Yc-27" parent="ueE01yVk29oMdbMIV5Yc-26" style="shape=partialRectangle;html=1;whiteSpace=wrap;connectable=0;strokeColor=inherit;overflow=hidden;fillColor=none;top=0;left=0;bottom=0;right=0;pointerEvents=1;align=left;" value="Trabajo:&amp;nbsp;&lt;b&gt;nro_sucursal&lt;/b&gt;, día, horario_inicio, horario_final, &lt;b&gt;legajo&lt;/b&gt;" vertex="1">
+         <mxCell id="ueE01yVk29oMdbMIV5Yc-27" parent="ueE01yVk29oMdbMIV5Yc-26" style="shape=partialRectangle;html=1;whiteSpace=wrap;connectable=0;strokeColor=inherit;overflow=hidden;fillColor=none;top=0;left=0;bottom=0;right=0;pointerEvents=1;align=left;" value="Horario:&amp;nbsp;&lt;b&gt;nro_sucursal&lt;/b&gt;, día, horario_inicio, horario_final, &lt;b&gt;legajo&lt;/b&gt;" vertex="1">
          <mxGeometry height="40" width="490" as="geometry">
            <mxRectangle height="40" width="490" as="alternateBounds" />
          </mxGeometry>
        </mxCell>
        <mxCell id="SlJ4NUUqttZ9YjQKcY5y-1" parent="ueE01yVk29oMdbMIV5Yc-12" style="shape=tableRow;horizontal=0;startSize=0;swimlaneHead=0;swimlaneBody=0;strokeColor=inherit;top=0;left=0;bottom=0;right=0;collapsible=0;dropTarget=0;fillColor=none;points=[[0,0.5],[1,0.5]];portConstraint=eastwest;fixedHeader=1;" vertex="1">
          <mxGeometry height="40" width="490" y="250" as="geometry" />
        </mxCell>
        <mxCell id="SlJ4NUUqttZ9YjQKcY5y-2" parent="SlJ4NUUqttZ9YjQKcY5y-1" style="shape=partialRectangle;html=1;whiteSpace=wrap;connectable=0;strokeColor=inherit;overflow=hidden;fillColor=none;top=0;left=0;bottom=0;right=0;pointerEvents=1;align=left;" value="Venta:&amp;nbsp;&lt;b&gt;nro_sucursal&lt;/b&gt;, id_venta, precio_venta, &lt;b&gt;cod_producto&lt;/b&gt;&amp;nbsp;&lt;span style=&quot;color: rgba(0, 0, 0, 0); font-family: monospace; font-size: 0px; white-space: nowrap;&quot;&gt;%3CmxGraphModel%3E%3Croot%3E%3CmxCell%20id%3D%220%22%2F%3E%3CmxCell%20id%3D%221%22%20parent%3D%220%22%2F%3E%3CmxCell%20id%3D%222%22%20parent%3D%221%22%20style%3D%22ellipse%3BwhiteSpace%3Dwrap%3Bhtml%3D1%3Balign%3Dcenter%3BfontStyle%3D4%3B%22%20value%3D%22cod_producto%22%20vertex%3D%221%22%3E%3CmxGeometry%20height%3D%2230%22%20width%3D%2280%22%20x%3D%22-205%22%20y%3D%22259%22%20as%3D%22geometry%22%2F%3E%3C%2FmxCell%3E%3C%2Froot%3E%3C%2FmxGraphModel%3E&lt;/span&gt;" vertex="1">
          <mxGeometry height="40" width="490" as="geometry">
            <mxRectangle height="40" width="490" as="alternateBounds" />
          </mxGeometry>
        </mxCell>
        <mxCell id="ueE01yVk29oMdbMIV5Yc-25" parent="1" style="ellipse;whiteSpace=wrap;html=1;align=center;fontStyle=4;" value="nro_sucursal" vertex="1">
          <mxGeometry height="24" width="90" x="-135" y="-115" as="geometry" />
        </mxCell>
        <mxCell id="aBGAuLwUvEidJyp7IOy3-1" parent="1" style="ellipse;whiteSpace=wrap;html=1;align=center;" value="ciudad" vertex="1">
          <mxGeometry height="30" width="70" x="-180" y="-91" as="geometry" />
        </mxCell>
        <mxCell id="aBGAuLwUvEidJyp7IOy3-6" parent="1" style="ellipse;whiteSpace=wrap;html=1;align=center;" value="domicilio" vertex="1">
          <mxGeometry height="30" width="70" x="-70" y="-91" as="geometry" />
        </mxCell>
        <mxCell id="aBGAuLwUvEidJyp7IOy3-11" edge="1" parent="1" source="__fQeJzKLpHXALts6HS9-2" style="endArrow=none;html=1;rounded=0;exitX=0.5;exitY=0;exitDx=0;exitDy=0;entryX=0;entryY=1;entryDx=0;entryDy=0;" target="aBGAuLwUvEidJyp7IOy3-6" value="">
          <mxGeometry relative="1" as="geometry">
            <mxPoint x="430" y="-315" as="sourcePoint" />
            <mxPoint x="470" y="-271" as="targetPoint" />
          </mxGeometry>
        </mxCell>
        <mxCell id="aBGAuLwUvEidJyp7IOy3-17" parent="1" style="ellipse;whiteSpace=wrap;html=1;align=center;" value="nombre" vertex="1">
          <mxGeometry height="30" width="70" x="240" y="-80" as="geometry" />
        </mxCell>
        <mxCell id="aBGAuLwUvEidJyp7IOy3-18" edge="1" parent="1" source="aBGAuLwUvEidJyp7IOy3-17" style="endArrow=none;html=1;rounded=0;exitX=1;exitY=1;exitDx=0;exitDy=0;entryX=0.5;entryY=0;entryDx=0;entryDy=0;" target="__fQeJzKLpHXALts6HS9-7" value="">
          <mxGeometry relative="1" as="geometry">
            <mxPoint x="292.5" y="-20" as="sourcePoint" />
            <mxPoint x="402.5" y="-40" as="targetPoint" />
          </mxGeometry>
        </mxCell>
        <mxCell id="aBGAuLwUvEidJyp7IOy3-19" edge="1" parent="1" source="aBGAuLwUvEidJyp7IOy3-22" style="endArrow=none;html=1;rounded=0;exitX=1;exitY=1;exitDx=0;exitDy=0;entryX=0.5;entryY=0;entryDx=0;entryDy=0;" target="__fQeJzKLpHXALts6HS9-7" value="">
          <mxGeometry relative="1" as="geometry">
            <mxPoint x="402.4999999999998" y="-99.99999999999977" as="sourcePoint" />
            <mxPoint x="402.5" y="-40" as="targetPoint" />
          </mxGeometry>
        </mxCell>
        <mxCell id="aBGAuLwUvEidJyp7IOy3-20" edge="1" parent="1" source="aBGAuLwUvEidJyp7IOy3-21" style="endArrow=none;html=1;rounded=0;entryX=0.5;entryY=0;entryDx=0;entryDy=0;exitX=0.5;exitY=0;exitDx=0;exitDy=0;" target="__fQeJzKLpHXALts6HS9-7" value="">
          <mxGeometry relative="1" as="geometry">
            <mxPoint x="442.5" y="-94" as="sourcePoint" />
            <mxPoint x="402.5" y="-40" as="targetPoint" />
          </mxGeometry>
        </mxCell>
        <mxCell id="aBGAuLwUvEidJyp7IOy3-21" parent="1" style="ellipse;whiteSpace=wrap;html=1;align=center;fontStyle=4;" value="legajo" vertex="1">
          <mxGeometry height="24" width="60" x="327.5" y="-135" as="geometry" />
        </mxCell>
        <mxCell id="aBGAuLwUvEidJyp7IOy3-22" parent="1" style="ellipse;whiteSpace=wrap;html=1;align=center;" value="dirección" vertex="1">
          <mxGeometry height="30" width="70" x="252.5" y="-119.5" as="geometry" />
        </mxCell>
        <mxCell id="aBGAuLwUvEidJyp7IOy3-26" edge="1" parent="1" source="__fQeJzKLpHXALts6HS9-7" style="endArrow=none;html=1;rounded=0;exitX=0.5;exitY=0;exitDx=0;exitDy=0;entryX=0;entryY=1;entryDx=0;entryDy=0;" target="aBGAuLwUvEidJyp7IOy3-27" value="">
          <mxGeometry relative="1" as="geometry">
            <mxPoint x="402.5" y="-40" as="sourcePoint" />
            <mxPoint x="442.751262658438" y="-84.39339828218772" as="targetPoint" />
          </mxGeometry>
        </mxCell>
        <mxCell id="aBGAuLwUvEidJyp7IOy3-27" parent="1" style="ellipse;shape=doubleEllipse;margin=3;whiteSpace=wrap;html=1;align=center;" value="teléfono" vertex="1">
          <mxGeometry height="31" width="80" x="387.5" y="-80" as="geometry" />
        </mxCell>
        <mxCell id="aBGAuLwUvEidJyp7IOy3-31" parent="1" style="ellipse;whiteSpace=wrap;html=1;align=center;" value="calle" vertex="1">
          <mxGeometry height="30" width="70" x="182.5" y="-190" as="geometry" />
        </mxCell>
        <mxCell id="aBGAuLwUvEidJyp7IOy3-32" parent="1" style="ellipse;whiteSpace=wrap;html=1;align=center;" value="número" vertex="1">
          <mxGeometry height="30" width="70" x="252.5" y="-210" as="geometry" />
        </mxCell>
        <mxCell id="aBGAuLwUvEidJyp7IOy3-33" parent="1" style="ellipse;whiteSpace=wrap;html=1;align=center;" value="ciudad" vertex="1">
          <mxGeometry height="30" width="70" x="322.5" y="-190" as="geometry" />
        </mxCell>
        <mxCell id="aBGAuLwUvEidJyp7IOy3-34" edge="1" parent="1" source="aBGAuLwUvEidJyp7IOy3-33" style="endArrow=none;html=1;rounded=0;exitX=0;exitY=1;exitDx=0;exitDy=0;entryX=0.5;entryY=0;entryDx=0;entryDy=0;" target="aBGAuLwUvEidJyp7IOy3-22" value="">
          <mxGeometry relative="1" as="geometry">
            <mxPoint x="482.5" y="-375" as="sourcePoint" />
            <mxPoint x="272.5" y="-210" as="targetPoint" />
          </mxGeometry>
        </mxCell>
        <mxCell id="aBGAuLwUvEidJyp7IOy3-35" edge="1" parent="1" source="aBGAuLwUvEidJyp7IOy3-22" style="endArrow=none;html=1;rounded=0;exitX=0.5;exitY=0;exitDx=0;exitDy=0;entryX=0.5;entryY=1;entryDx=0;entryDy=0;" target="aBGAuLwUvEidJyp7IOy3-32" value="">
          <mxGeometry relative="1" as="geometry">
            <mxPoint x="272.5" y="-210" as="sourcePoint" />
            <mxPoint x="452.5" y="-221" as="targetPoint" />
          </mxGeometry>
        </mxCell>
        <mxCell id="aBGAuLwUvEidJyp7IOy3-36" edge="1" parent="1" source="aBGAuLwUvEidJyp7IOy3-31" style="endArrow=none;html=1;rounded=0;entryX=0.5;entryY=0;entryDx=0;entryDy=0;exitX=1;exitY=1;exitDx=0;exitDy=0;" target="aBGAuLwUvEidJyp7IOy3-22" value="">
          <mxGeometry relative="1" as="geometry">
            <mxPoint x="247.5" y="-180" as="sourcePoint" />
            <mxPoint x="272.5" y="-210" as="targetPoint" />
          </mxGeometry>
        </mxCell>
        <mxCell id="aBGAuLwUvEidJyp7IOy3-38" parent="1" style="ellipse;whiteSpace=wrap;html=1;align=center;" value="descripción" vertex="1">
          <mxGeometry height="25" width="80" x="-172.5" y="299" as="geometry" />
        </mxCell>
        <mxCell id="aBGAuLwUvEidJyp7IOy3-41" parent="1" style="ellipse;whiteSpace=wrap;html=1;align=center;" value="nombre_gerente" vertex="1">
          <mxGeometry height="30" width="100" x="-510" y="115" as="geometry" />
        </mxCell>
        <mxCell id="aBGAuLwUvEidJyp7IOy3-43" parent="1" style="ellipse;whiteSpace=wrap;html=1;align=center;" value="pais_origen" vertex="1">
          <mxGeometry height="30" width="80" x="-640" y="112" as="geometry" />
        </mxCell>
        <mxCell id="aBGAuLwUvEidJyp7IOy3-44" parent="1" style="ellipse;whiteSpace=wrap;html=1;align=center;" value="nombre" vertex="1">
          <mxGeometry height="30" width="80" x="-670" y="145" as="geometry" />
        </mxCell>
        <mxCell id="aBGAuLwUvEidJyp7IOy3-47" parent="1" style="ellipse;whiteSpace=wrap;html=1;align=center;" value="color" vertex="1">
          <mxGeometry height="29" width="70" x="-35" y="255" as="geometry" />
        </mxCell>
        <mxCell id="aBGAuLwUvEidJyp7IOy3-48" edge="1" parent="1" source="__fQeJzKLpHXALts6HS9-11" style="endArrow=none;html=1;rounded=0;exitX=0.5;exitY=1;exitDx=0;exitDy=0;entryX=0;entryY=0;entryDx=0;entryDy=0;" target="aBGAuLwUvEidJyp7IOy3-47" value="">
          <mxGeometry relative="1" as="geometry">
            <mxPoint x="100" y="329" as="sourcePoint" />
            <mxPoint x="150" y="384" as="targetPoint" />
          </mxGeometry>
        </mxCell>
        <mxCell id="aBGAuLwUvEidJyp7IOy3-49" parent="1" style="rounded=1;arcSize=10;whiteSpace=wrap;html=1;align=center;" value="Fábrica" vertex="1">
          <mxGeometry height="40" width="100" x="-580" y="204" as="geometry" />
        </mxCell>
        <mxCell id="aBGAuLwUvEidJyp7IOy3-52" edge="1" parent="1" source="aBGAuLwUvEidJyp7IOy3-44" style="endArrow=none;html=1;rounded=0;exitX=1;exitY=1;exitDx=0;exitDy=0;entryX=0.5;entryY=0;entryDx=0;entryDy=0;" target="aBGAuLwUvEidJyp7IOy3-49" value="">
          <mxGeometry relative="1" as="geometry">
            <mxPoint x="-415" y="299" as="sourcePoint" />
            <mxPoint x="-535" y="209" as="targetPoint" />
          </mxGeometry>
        </mxCell>
        <mxCell id="aBGAuLwUvEidJyp7IOy3-54" edge="1" parent="1" source="aBGAuLwUvEidJyp7IOy3-43" style="endArrow=none;html=1;rounded=0;exitX=1;exitY=1;exitDx=0;exitDy=0;entryX=0.5;entryY=0;entryDx=0;entryDy=0;" target="aBGAuLwUvEidJyp7IOy3-49" value="">
          <mxGeometry relative="1" as="geometry">
            <mxPoint x="-515" y="169" as="sourcePoint" />
            <mxPoint x="-535" y="209" as="targetPoint" />
          </mxGeometry>
        </mxCell>
        <mxCell id="aBGAuLwUvEidJyp7IOy3-55" edge="1" parent="1" source="aBGAuLwUvEidJyp7IOy3-49" style="endArrow=none;html=1;rounded=0;exitX=0.5;exitY=0;exitDx=0;exitDy=0;entryX=0;entryY=1;entryDx=0;entryDy=0;" target="aBGAuLwUvEidJyp7IOy3-41" value="">
          <mxGeometry relative="1" as="geometry">
            <mxPoint x="-535" y="209" as="sourcePoint" />
            <mxPoint x="-455" y="213" as="targetPoint" />
          </mxGeometry>
        </mxCell>
        <mxCell id="aBGAuLwUvEidJyp7IOy3-56" edge="1" parent="1" source="3osZsQ2Fq6k2BvSbL6Ga-3" style="endArrow=none;html=1;rounded=0;exitX=0.5;exitY=1;exitDx=0;exitDy=0;entryX=0.5;entryY=0;entryDx=0;entryDy=0;" target="aBGAuLwUvEidJyp7IOy3-49" value="">
          <mxGeometry relative="1" as="geometry">
            <mxPoint x="-575" y="134" as="sourcePoint" />
            <mxPoint x="-535" y="209" as="targetPoint" />
          </mxGeometry>
        </mxCell>
        <mxCell id="3osZsQ2Fq6k2BvSbL6Ga-3" parent="1" style="ellipse;whiteSpace=wrap;html=1;align=center;fontStyle=4;" value="CUIT" vertex="1">
          <mxGeometry height="30" width="80" x="-570" y="85" as="geometry" />
        </mxCell>
        <mxCell id="3osZsQ2Fq6k2BvSbL6Ga-4" parent="1" style="ellipse;whiteSpace=wrap;html=1;align=center;" value="dni" vertex="1">
          <mxGeometry height="24.5" width="55" x="387.5" y="-114" as="geometry" />
        </mxCell>
        <mxCell id="3osZsQ2Fq6k2BvSbL6Ga-5" edge="1" parent="1" source="3osZsQ2Fq6k2BvSbL6Ga-4" style="endArrow=none;html=1;rounded=0;exitX=0;exitY=1;exitDx=0;exitDy=0;entryX=0.5;entryY=0;entryDx=0;entryDy=0;" target="__fQeJzKLpHXALts6HS9-7" value="">
          <mxGeometry relative="1" as="geometry">
            <mxPoint x="487.5" y="-110" as="sourcePoint" />
            <mxPoint x="537.5" y="-46" as="targetPoint" />
          </mxGeometry>
        </mxCell>
        <mxCell id="3osZsQ2Fq6k2BvSbL6Ga-7" parent="1" style="ellipse;whiteSpace=wrap;html=1;align=center;" value="día" vertex="1">
          <mxGeometry height="30" width="57.5" x="93.75" y="-80" as="geometry" />
        </mxCell>
        <mxCell id="3osZsQ2Fq6k2BvSbL6Ga-8" parent="1" style="ellipse;whiteSpace=wrap;html=1;align=center;" value="horario" vertex="1">
          <mxGeometry height="30" width="80" x="82.5" y="25" as="geometry" />
        </mxCell>
        <mxCell id="3osZsQ2Fq6k2BvSbL6Ga-9" parent="1" style="ellipse;whiteSpace=wrap;html=1;align=center;" value="inicio" vertex="1">
          <mxGeometry height="31" width="60" x="60" y="84" as="geometry" />
        </mxCell>
        <mxCell id="3osZsQ2Fq6k2BvSbL6Ga-10" parent="1" style="ellipse;whiteSpace=wrap;html=1;align=center;" value="final" vertex="1">
          <mxGeometry height="31" width="60" x="140" y="83" as="geometry" />
        </mxCell>
        <mxCell id="3osZsQ2Fq6k2BvSbL6Ga-11" edge="1" parent="1" source="3osZsQ2Fq6k2BvSbL6Ga-7" style="endArrow=none;html=1;rounded=0;exitX=0.5;exitY=1;exitDx=0;exitDy=0;entryX=0.5;entryY=0;entryDx=0;entryDy=0;" target="__fQeJzKLpHXALts6HS9-29" value="">
          <mxGeometry relative="1" as="geometry">
            <mxPoint x="250" y="65" as="sourcePoint" />
            <mxPoint x="295" y="129" as="targetPoint" />
          </mxGeometry>
        </mxCell>
        <mxCell id="3osZsQ2Fq6k2BvSbL6Ga-12" edge="1" parent="1" source="__fQeJzKLpHXALts6HS9-29" style="endArrow=none;html=1;rounded=0;exitX=0.5;exitY=1;exitDx=0;exitDy=0;entryX=0.5;entryY=0;entryDx=0;entryDy=0;" target="3osZsQ2Fq6k2BvSbL6Ga-8" value="">
          <mxGeometry relative="1" as="geometry">
            <mxPoint x="200" y="55" as="sourcePoint" />
            <mxPoint x="245" y="119" as="targetPoint" />
          </mxGeometry>
        </mxCell>
        <mxCell id="3osZsQ2Fq6k2BvSbL6Ga-13" edge="1" parent="1" source="3osZsQ2Fq6k2BvSbL6Ga-8" style="endArrow=none;html=1;rounded=0;exitX=0.5;exitY=1;exitDx=0;exitDy=0;entryX=0.5;entryY=0;entryDx=0;entryDy=0;" target="3osZsQ2Fq6k2BvSbL6Ga-10" value="">
          <mxGeometry relative="1" as="geometry">
            <mxPoint x="190" y="55" as="sourcePoint" />
            <mxPoint x="235" y="119" as="targetPoint" />
          </mxGeometry>
        </mxCell>
        <mxCell id="3osZsQ2Fq6k2BvSbL6Ga-14" edge="1" parent="1" source="3osZsQ2Fq6k2BvSbL6Ga-8" style="endArrow=none;html=1;rounded=0;exitX=0.5;exitY=1;exitDx=0;exitDy=0;entryX=0.5;entryY=0;entryDx=0;entryDy=0;" target="3osZsQ2Fq6k2BvSbL6Ga-9" value="">
          <mxGeometry relative="1" as="geometry">
            <mxPoint x="210" y="65" as="sourcePoint" />
            <mxPoint x="255" y="129" as="targetPoint" />
          </mxGeometry>
        </mxCell>
        <mxCell id="3osZsQ2Fq6k2BvSbL6Ga-16" parent="1" style="shape=rhombus;perimeter=rhombusPerimeter;whiteSpace=wrap;html=1;align=center;" value="son vendidos" vertex="1">
          <mxGeometry height="42" width="95" x="-137.5" y="83" as="geometry" />
        </mxCell>
        <mxCell id="3osZsQ2Fq6k2BvSbL6Ga-17" edge="1" parent="1" source="3osZsQ2Fq6k2BvSbL6Ga-16" style="endArrow=none;html=1;rounded=0;exitX=0.5;exitY=0;exitDx=0;exitDy=0;entryX=0.5;entryY=1;entryDx=0;entryDy=0;" target="__fQeJzKLpHXALts6HS9-2" value="">
          <mxGeometry relative="1" as="geometry">
            <mxPoint x="125" y="165" as="sourcePoint" />
            <mxPoint x="10" y="165" as="targetPoint" />
          </mxGeometry>
        </mxCell>
        <mxCell id="3osZsQ2Fq6k2BvSbL6Ga-18" connectable="0" parent="3osZsQ2Fq6k2BvSbL6Ga-17" style="resizable=0;html=1;whiteSpace=wrap;align=right;verticalAlign=bottom;" value="N" vertex="1">
          <mxGeometry relative="1" x="1" as="geometry">
            <mxPoint x="10" y="19" as="offset" />
          </mxGeometry>
        </mxCell>
        <mxCell id="3osZsQ2Fq6k2BvSbL6Ga-19" edge="1" parent="1" source="3osZsQ2Fq6k2BvSbL6Ga-16" style="endArrow=none;html=1;rounded=0;exitX=0.5;exitY=1;exitDx=0;exitDy=0;entryX=0.5;entryY=0;entryDx=0;entryDy=0;" target="__fQeJzKLpHXALts6HS9-11" value="">
          <mxGeometry relative="1" as="geometry">
            <mxPoint x="95" y="155" as="sourcePoint" />
            <mxPoint x="-20" y="155" as="targetPoint" />
          </mxGeometry>
        </mxCell>
        <mxCell id="3osZsQ2Fq6k2BvSbL6Ga-20" connectable="0" parent="3osZsQ2Fq6k2BvSbL6Ga-19" style="resizable=0;html=1;whiteSpace=wrap;align=right;verticalAlign=bottom;" value="N" vertex="1">
          <mxGeometry relative="1" x="1" as="geometry">
            <mxPoint x="15" y="1" as="offset" />
          </mxGeometry>
        </mxCell>
        <mxCell id="3osZsQ2Fq6k2BvSbL6Ga-21" parent="1" style="ellipse;whiteSpace=wrap;html=1;align=center;" value="precio_venta" vertex="1">
          <mxGeometry height="26" width="80" x="-260" y="91" as="geometry" />
        </mxCell>
        <mxCell id="3osZsQ2Fq6k2BvSbL6Ga-22" edge="1" parent="1" source="3osZsQ2Fq6k2BvSbL6Ga-21" style="endArrow=none;html=1;rounded=0;exitX=1;exitY=0.5;exitDx=0;exitDy=0;entryX=0;entryY=0.5;entryDx=0;entryDy=0;" target="3osZsQ2Fq6k2BvSbL6Ga-16" value="">
          <mxGeometry relative="1" as="geometry">
            <mxPoint x="-230" y="155" as="sourcePoint" />
            <mxPoint x="-180" y="210" as="targetPoint" />
          </mxGeometry>
        </mxCell>
        <mxCell id="3osZsQ2Fq6k2BvSbL6Ga-24" parent="1" style="ellipse;whiteSpace=wrap;html=1;align=center;" value="cant_empleados" vertex="1">
          <mxGeometry height="30" width="100" x="-480" y="154" as="geometry" />
        </mxCell>
        <mxCell id="3osZsQ2Fq6k2BvSbL6Ga-25" edge="1" parent="1" source="aBGAuLwUvEidJyp7IOy3-49" style="endArrow=none;html=1;rounded=0;exitX=0.5;exitY=0;exitDx=0;exitDy=0;entryX=0;entryY=1;entryDx=0;entryDy=0;" target="3osZsQ2Fq6k2BvSbL6Ga-24" value="">
          <mxGeometry relative="1" as="geometry">
            <mxPoint x="-390" y="304" as="sourcePoint" />
            <mxPoint x="-356" y="235" as="targetPoint" />
          </mxGeometry>
        </mxCell>
        <mxCell id="3osZsQ2Fq6k2BvSbL6Ga-27" parent="1" style="ellipse;whiteSpace=wrap;html=1;align=center;" value="descuento_fijo" vertex="1">
          <mxGeometry height="30" width="100" x="-365" y="-109" as="geometry" />
        </mxCell>
        <mxCell id="3osZsQ2Fq6k2BvSbL6Ga-28" edge="1" parent="1" source="3osZsQ2Fq6k2BvSbL6Ga-27" style="endArrow=none;html=1;rounded=0;entryX=0.5;entryY=0;entryDx=0;entryDy=0;exitX=0.5;exitY=1;exitDx=0;exitDy=0;" target="__fQeJzKLpHXALts6HS9-17" value="">
          <mxGeometry relative="1" as="geometry">
            <mxPoint x="-320" y="-125" as="sourcePoint" />
            <mxPoint x="-320" y="-64" as="targetPoint" />
          </mxGeometry>
        </mxCell>
        <mxCell id="3osZsQ2Fq6k2BvSbL6Ga-37" parent="1" style="ellipse;whiteSpace=wrap;html=1;align=center;" value="nombre" vertex="1">
          <mxGeometry height="26" width="70" x="-620" y="-118" as="geometry" />
        </mxCell>
        <mxCell id="3osZsQ2Fq6k2BvSbL6Ga-38" parent="1" style="ellipse;whiteSpace=wrap;html=1;align=center;fontStyle=4;" value="id_cliente" vertex="1">
          <mxGeometry height="24" width="80" x="-660" y="-86.5" as="geometry" />
        </mxCell>
        <mxCell id="3osZsQ2Fq6k2BvSbL6Ga-39" parent="1" style="ellipse;whiteSpace=wrap;html=1;align=center;" value="ciudad" vertex="1">
          <mxGeometry height="26" width="70" x="-510" y="-118" as="geometry" />
        </mxCell>
        <mxCell id="3osZsQ2Fq6k2BvSbL6Ga-40" parent="1" style="ellipse;whiteSpace=wrap;html=1;align=center;" value="fecha_nac" vertex="1">
          <mxGeometry height="26" width="70" x="-490" y="-85.5" as="geometry" />
        </mxCell>
        <mxCell id="3osZsQ2Fq6k2BvSbL6Ga-41" parent="1" style="ellipse;whiteSpace=wrap;html=1;align=center;" value="dni" vertex="1">
          <mxGeometry height="26" width="70" x="-565" y="-145.5" as="geometry" />
        </mxCell>
        <mxCell id="3osZsQ2Fq6k2BvSbL6Ga-42" edge="1" parent="1" source="3osZsQ2Fq6k2BvSbL6Ga-38" style="endArrow=none;html=1;rounded=0;entryX=0.5;entryY=0;entryDx=0;entryDy=0;exitX=1;exitY=1;exitDx=0;exitDy=0;" target="__fQeJzKLpHXALts6HS9-16" value="">
          <mxGeometry relative="1" as="geometry">
            <mxPoint x="-530" y="-65" as="sourcePoint" />
            <mxPoint x="-530" y="-21" as="targetPoint" />
          </mxGeometry>
        </mxCell>
        <mxCell id="3osZsQ2Fq6k2BvSbL6Ga-43" edge="1" parent="1" source="3osZsQ2Fq6k2BvSbL6Ga-37" style="endArrow=none;html=1;rounded=0;entryX=0.5;entryY=0;entryDx=0;entryDy=0;exitX=1;exitY=1;exitDx=0;exitDy=0;" target="__fQeJzKLpHXALts6HS9-16" value="">
          <mxGeometry relative="1" as="geometry">
            <mxPoint x="-540" y="-65" as="sourcePoint" />
            <mxPoint x="-540" y="-21" as="targetPoint" />
          </mxGeometry>
        </mxCell>
        <mxCell id="3osZsQ2Fq6k2BvSbL6Ga-44" edge="1" parent="1" source="3osZsQ2Fq6k2BvSbL6Ga-41" style="endArrow=none;html=1;rounded=0;exitX=0.5;exitY=1;exitDx=0;exitDy=0;entryX=0.5;entryY=0;entryDx=0;entryDy=0;" target="__fQeJzKLpHXALts6HS9-16" value="">
          <mxGeometry relative="1" as="geometry">
            <mxPoint x="-530" y="-75" as="sourcePoint" />
            <mxPoint x="-530" y="-35" as="targetPoint" />
          </mxGeometry>
        </mxCell>
        <mxCell id="3osZsQ2Fq6k2BvSbL6Ga-45" edge="1" parent="1" source="3osZsQ2Fq6k2BvSbL6Ga-39" style="endArrow=none;html=1;rounded=0;entryX=0.5;entryY=0;entryDx=0;entryDy=0;exitX=0;exitY=1;exitDx=0;exitDy=0;" target="__fQeJzKLpHXALts6HS9-16" value="">
          <mxGeometry relative="1" as="geometry">
            <mxPoint x="-500" y="-85" as="sourcePoint" />
            <mxPoint x="-500" y="-41" as="targetPoint" />
          </mxGeometry>
        </mxCell>
        <mxCell id="3osZsQ2Fq6k2BvSbL6Ga-46" edge="1" parent="1" source="3osZsQ2Fq6k2BvSbL6Ga-40" style="endArrow=none;html=1;rounded=0;entryX=0.5;entryY=0;entryDx=0;entryDy=0;exitX=0;exitY=1;exitDx=0;exitDy=0;" target="__fQeJzKLpHXALts6HS9-16" value="">
          <mxGeometry relative="1" as="geometry">
            <mxPoint x="-500" y="-55" as="sourcePoint" />
            <mxPoint x="-500" y="-11" as="targetPoint" />
          </mxGeometry>
        </mxCell>
        <mxCell id="3osZsQ2Fq6k2BvSbL6Ga-47" parent="1" style="rounded=1;arcSize=10;whiteSpace=wrap;html=1;align=center;" value="Tarjeta" vertex="1">
          <mxGeometry height="40" width="100" x="-970" y="-30" as="geometry" />
        </mxCell>
        <mxCell id="3osZsQ2Fq6k2BvSbL6Ga-48" parent="1" style="shape=rhombus;perimeter=rhombusPerimeter;whiteSpace=wrap;html=1;align=center;" value="puede usar" vertex="1">
          <mxGeometry height="34" width="100" x="-770" y="-27" as="geometry" />
        </mxCell>
        <mxCell id="3osZsQ2Fq6k2BvSbL6Ga-49" edge="1" parent="1" source="3osZsQ2Fq6k2BvSbL6Ga-48" style="endArrow=none;html=1;rounded=0;exitX=0;exitY=0.5;exitDx=0;exitDy=0;entryX=1;entryY=0.5;entryDx=0;entryDy=0;" target="3osZsQ2Fq6k2BvSbL6Ga-47" value="">
          <mxGeometry relative="1" as="geometry">
            <mxPoint x="-750" y="65" as="sourcePoint" />
            <mxPoint x="-860" y="65" as="targetPoint" />
          </mxGeometry>
        </mxCell>
        <mxCell id="3osZsQ2Fq6k2BvSbL6Ga-50" connectable="0" parent="3osZsQ2Fq6k2BvSbL6Ga-49" style="resizable=0;html=1;whiteSpace=wrap;align=right;verticalAlign=bottom;" value="N" vertex="1">
          <mxGeometry relative="1" x="1" as="geometry">
            <mxPoint x="20" as="offset" />
          </mxGeometry>
        </mxCell>
        <mxCell id="3osZsQ2Fq6k2BvSbL6Ga-51" edge="1" parent="1" source="3osZsQ2Fq6k2BvSbL6Ga-48" style="endArrow=none;html=1;rounded=0;exitX=1;exitY=0.5;exitDx=0;exitDy=0;entryX=0;entryY=0.5;entryDx=0;entryDy=0;" target="__fQeJzKLpHXALts6HS9-16" value="">
          <mxGeometry relative="1" as="geometry">
            <mxPoint x="-730" y="75" as="sourcePoint" />
            <mxPoint x="-840" y="75" as="targetPoint" />
          </mxGeometry>
        </mxCell>
        <mxCell id="3osZsQ2Fq6k2BvSbL6Ga-52" connectable="0" parent="3osZsQ2Fq6k2BvSbL6Ga-51" style="resizable=0;html=1;whiteSpace=wrap;align=right;verticalAlign=bottom;" value="1" vertex="1">
          <mxGeometry relative="1" x="1" as="geometry">
            <mxPoint x="-10" as="offset" />
          </mxGeometry>
        </mxCell>
        <mxCell id="3osZsQ2Fq6k2BvSbL6Ga-53" parent="1" style="ellipse;whiteSpace=wrap;html=1;align=center;fontStyle=4;" value="núm_tarjeta" vertex="1">
          <mxGeometry height="24" width="80" x="-1030" y="25" as="geometry" />
        </mxCell>
        <mxCell id="3osZsQ2Fq6k2BvSbL6Ga-54" parent="1" style="ellipse;whiteSpace=wrap;html=1;align=center;" value="cod_seguridad" vertex="1">
          <mxGeometry height="26" width="85" x="-910" y="55" as="geometry" />
        </mxCell>
        <mxCell id="3osZsQ2Fq6k2BvSbL6Ga-55" parent="1" style="ellipse;whiteSpace=wrap;html=1;align=center;" value="fecha_vencimiento" vertex="1">
          <mxGeometry height="24.5" width="120" x="-890" y="24.5" as="geometry" />
        </mxCell>
        <mxCell id="3osZsQ2Fq6k2BvSbL6Ga-56" parent="1" style="ellipse;whiteSpace=wrap;html=1;align=center;" value="nombre" vertex="1">
          <mxGeometry height="26" width="70" x="-1000" y="55" as="geometry" />
        </mxCell>
        <mxCell id="3osZsQ2Fq6k2BvSbL6Ga-57" edge="1" parent="1" source="3osZsQ2Fq6k2BvSbL6Ga-47" style="endArrow=none;html=1;rounded=0;entryX=0;entryY=0;entryDx=0;entryDy=0;exitX=0.5;exitY=1;exitDx=0;exitDy=0;" target="3osZsQ2Fq6k2BvSbL6Ga-55" value="">
          <mxGeometry relative="1" as="geometry">
            <mxPoint x="-910" y="125" as="sourcePoint" />
            <mxPoint x="-880" y="191" as="targetPoint" />
          </mxGeometry>
        </mxCell>
        <mxCell id="3osZsQ2Fq6k2BvSbL6Ga-58" edge="1" parent="1" source="3osZsQ2Fq6k2BvSbL6Ga-47" style="endArrow=none;html=1;rounded=0;entryX=1;entryY=0;entryDx=0;entryDy=0;exitX=0.5;exitY=1;exitDx=0;exitDy=0;" target="3osZsQ2Fq6k2BvSbL6Ga-53" value="">
          <mxGeometry relative="1" as="geometry">
            <mxPoint x="-950" y="135" as="sourcePoint" />
            <mxPoint x="-920" y="201" as="targetPoint" />
          </mxGeometry>
        </mxCell>
        <mxCell id="3osZsQ2Fq6k2BvSbL6Ga-59" edge="1" parent="1" source="3osZsQ2Fq6k2BvSbL6Ga-47" style="endArrow=none;html=1;rounded=0;entryX=0;entryY=0;entryDx=0;entryDy=0;exitX=0.5;exitY=1;exitDx=0;exitDy=0;" target="3osZsQ2Fq6k2BvSbL6Ga-54" value="">
          <mxGeometry relative="1" as="geometry">
            <mxPoint x="-910" y="125" as="sourcePoint" />
            <mxPoint x="-880" y="191" as="targetPoint" />
          </mxGeometry>
        </mxCell>
        <mxCell id="3osZsQ2Fq6k2BvSbL6Ga-60" edge="1" parent="1" source="3osZsQ2Fq6k2BvSbL6Ga-47" style="endArrow=none;html=1;rounded=0;entryX=1;entryY=0;entryDx=0;entryDy=0;exitX=0.5;exitY=1;exitDx=0;exitDy=0;" target="3osZsQ2Fq6k2BvSbL6Ga-56" value="">
          <mxGeometry relative="1" as="geometry">
            <mxPoint x="-970" y="125" as="sourcePoint" />
            <mxPoint x="-940" y="191" as="targetPoint" />
          </mxGeometry>
        </mxCell>
      </root>
    </mxGraphModel>
  </diagram>
</mxfile>
